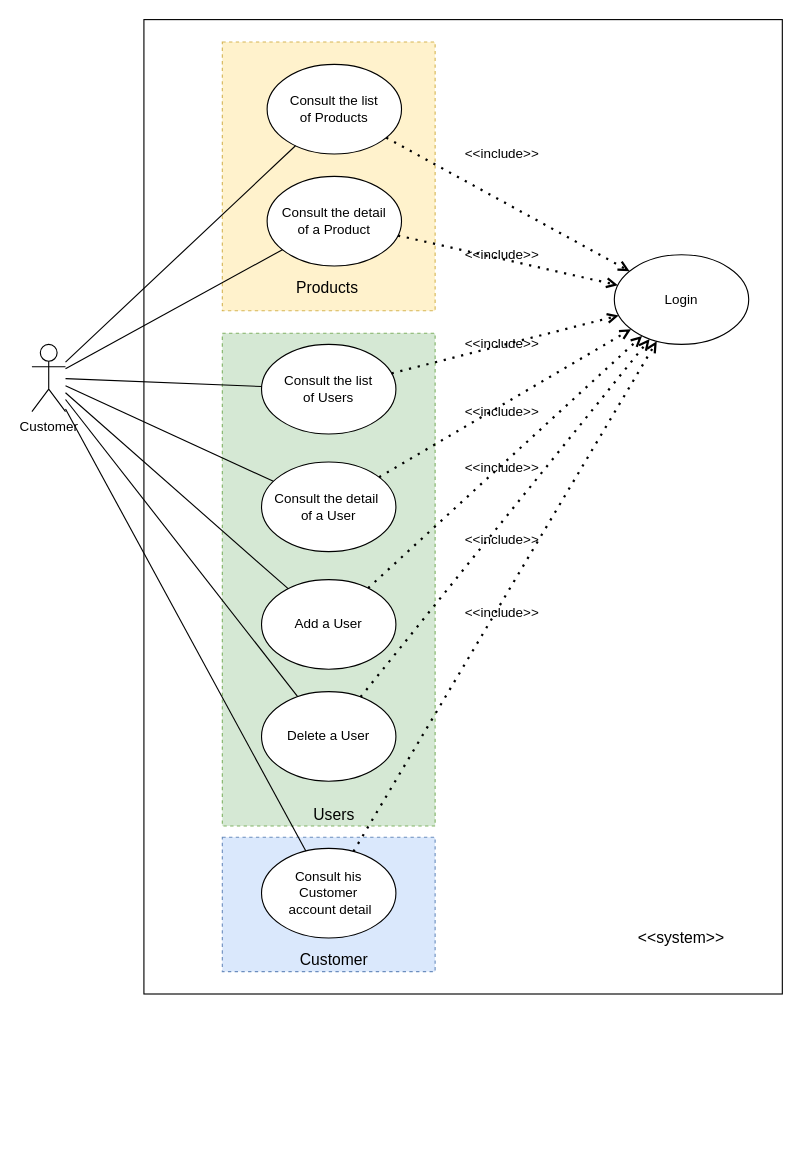
Before: Diagrammes/BileMo_global_use_case.drawio in JgPhil/BileMo, a draw.io diagram. Source tidied: cells renumbered, new cells numbered last; positions are measured from the earlier drawing's top-left corner, leaving out a move shared by most shapes. Both pictures are drawn from the tidied source at 112%, with x=0, y=0 at pixel (31, 19).
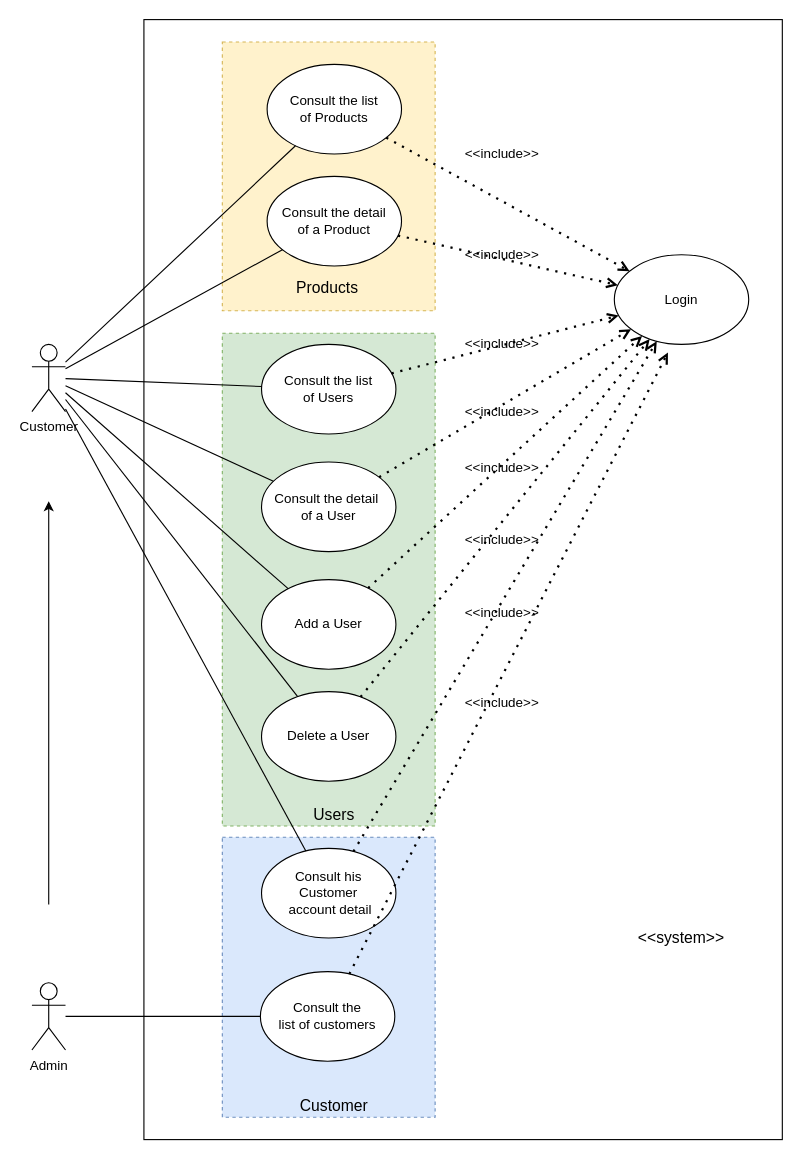
Above is the later version.

What changed in the source:
```diff
@@
     <mxCell id="2" style="rounded=0;whiteSpace=wrap;html=1;" parent="1" vertex="1">
-      <mxGeometry x="100" width="570" height="870" as="geometry" />
+      <mxGeometry x="100" width="570" height="1000" as="geometry" />
     </mxCell>
@@
     <mxCell id="34" style="rounded=0;whiteSpace=wrap;html=1;dashed=1;strokeColor=#6c8ebf;fillColor=#dae8fc;" parent="1" vertex="1">
-      <mxGeometry x="170" y="730" width="190" height="120" as="geometry" />
+      <mxGeometry x="170" y="730" width="190" height="250" as="geometry" />
     </mxCell>
@@
+    <mxCell id="40" value="Consult the&lt;br&gt;list of customers" style="ellipse;whiteSpace=wrap;html=1;" parent="1" vertex="1">
+      <mxGeometry x="204" y="850" width="120" height="80" as="geometry" />
+    </mxCell>
     <mxCell id="39" value="Customer" style="text;html=1;strokeColor=none;fillColor=none;align=center;verticalAlign=middle;whiteSpace=wrap;rounded=0;dashed=1;fontSize=14;" parent="1" vertex="1">
-      <mxGeometry x="230" y="830" width="80" height="20" as="geometry" />
+      <mxGeometry x="230" y="960" width="80" height="20" as="geometry" />
     </mxCell>
+    <mxCell id="41" value="Admin" style="shape=umlActor;verticalLabelPosition=bottom;verticalAlign=top;html=1;outlineConnect=0;" parent="1" vertex="1">
+      <mxGeometry y="860" width="30" height="60" as="geometry" />
+    </mxCell>
+    <mxCell id="42" style="endArrow=classic;html=1;" parent="1" edge="1">
+      <mxGeometry relative="1" as="geometry">
+        <mxPoint x="15" y="790" as="sourcePoint" />
+        <mxPoint x="15" y="430" as="targetPoint" />
+      </mxGeometry>
+    </mxCell>
+    <mxCell id="43" style="endArrow=none;html=1;" parent="1" edge="1" source="41" target="40">
+      <mxGeometry relative="1" as="geometry" />
+    </mxCell>
+    <mxCell id="44" style="endArrow=open;dashed=1;html=1;dashPattern=1 3;strokeWidth=2;startArrow=none;startFill=0;endFill=0;" parent="1" edge="1" source="40">
+      <mxGeometry relative="1" as="geometry">
+        <mxPoint x="567.9" y="297.2" as="targetPoint" />
+      </mxGeometry>
+    </mxCell>
+    <mxCell id="45" value="&amp;lt;&amp;lt;include&amp;gt;&amp;gt;" style="text;html=1;strokeColor=none;fillColor=none;align=center;verticalAlign=middle;whiteSpace=wrap;rounded=0;" parent="1" vertex="1">
+      <mxGeometry x="400" y="600" width="40" height="20" as="geometry" />
+    </mxCell>
```
